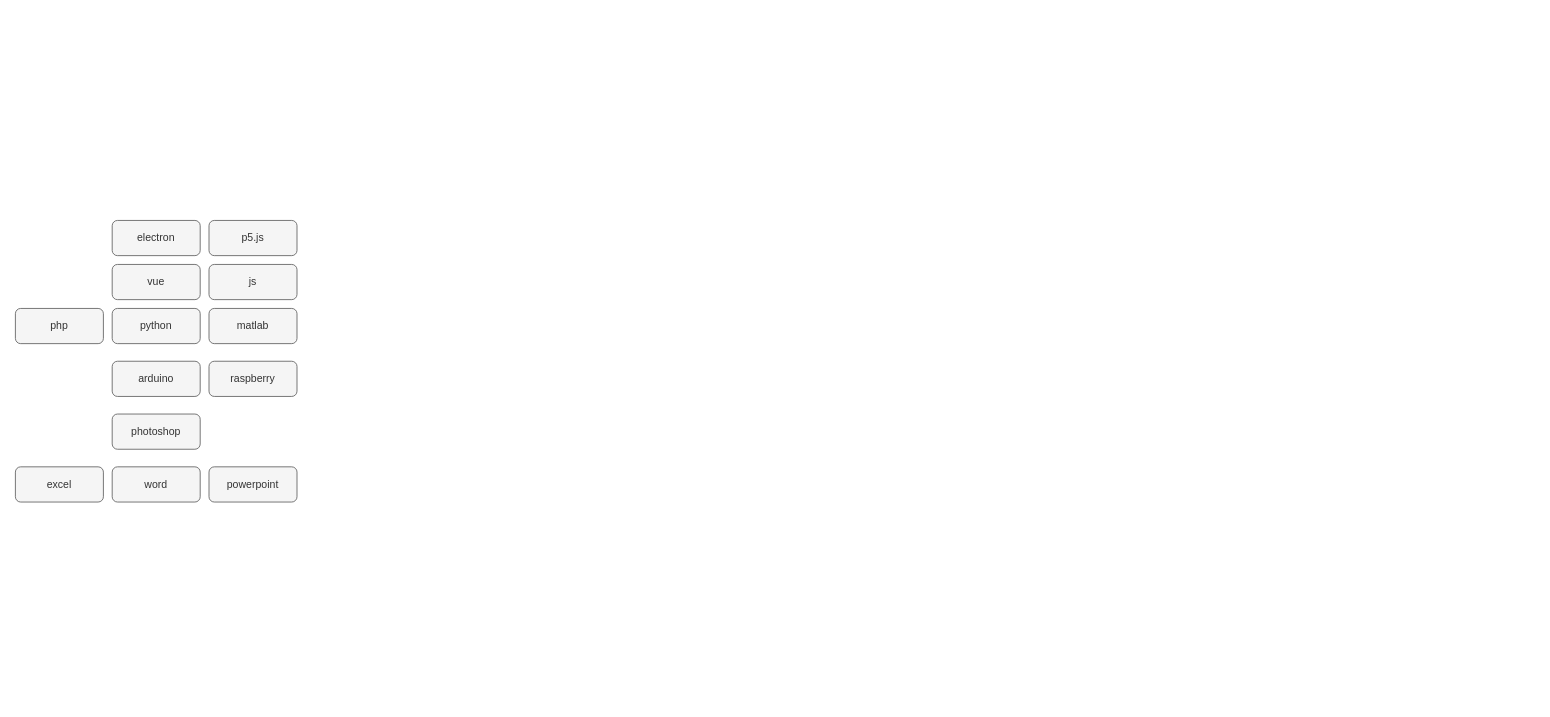
The draw.io diagram page "tech" (1 of 2) of assets/drawio/project.drawio in atanx/atanx.github.io, before the edit. Source tidied: cells renumbered, new cells numbered last; positions are measured from the earlier drawing's top-left corner, leaving out a move shared by most shapes. Both pictures are drawn from the tidied source at 88%, with x=0, y=0 at pixel (15, 220).
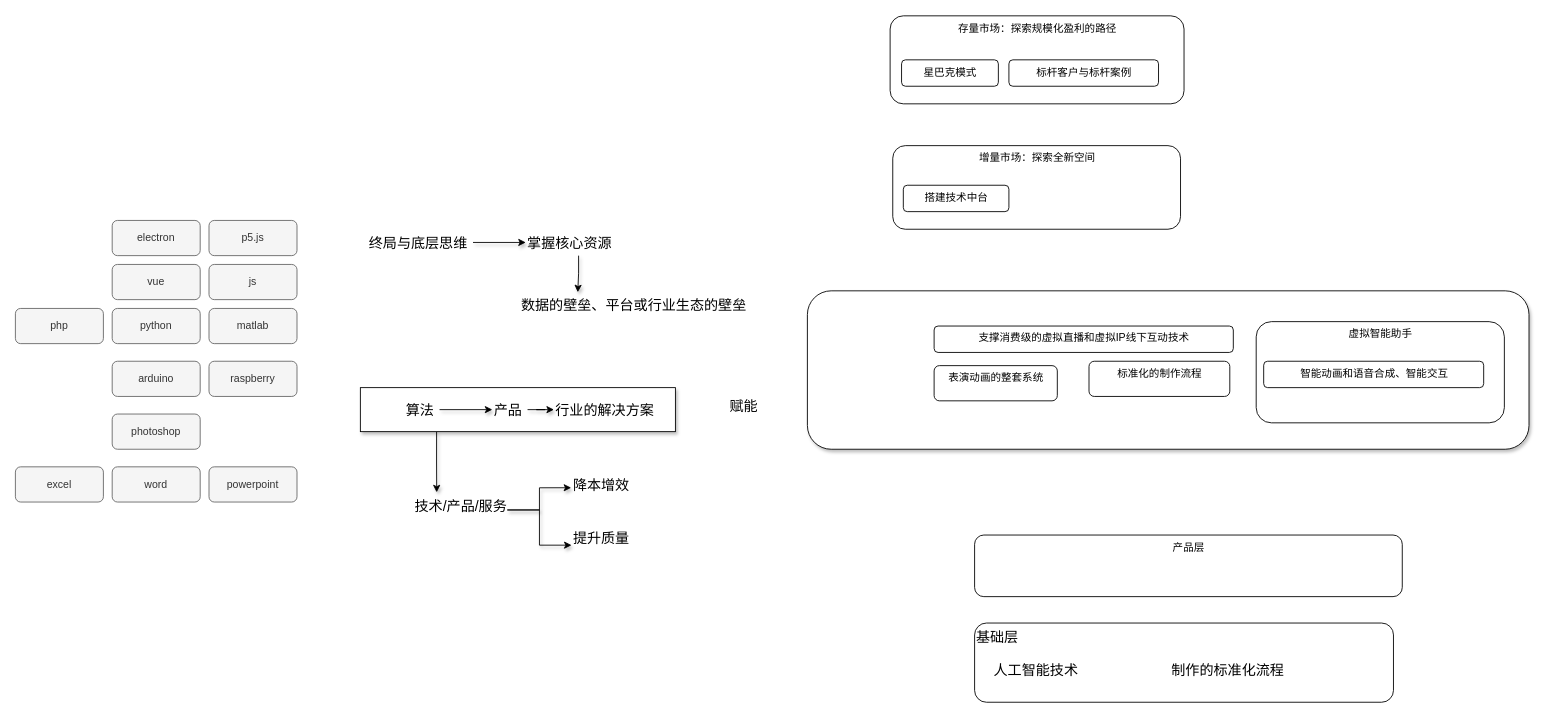
After the change.

Change to the diagram source:
```diff
@@
+    <mxCell id="15" style="edgeStyle=orthogonalEdgeStyle;rounded=0;jettySize=auto;html=1;exitX=0.242;exitY=0.998;exitDx=0;exitDy=0;entryX=0.25;entryY=0;entryDx=0;entryDy=0;shadow=1;fontSize=16;exitPerimeter=0;" parent="1" edge="1" source="16" target="31">
+      <mxGeometry relative="1" as="geometry" />
+    </mxCell>
+    <mxCell id="16" style="rounded=0;whiteSpace=wrap;html=1;shadow=1;fontSize=16;" parent="1" vertex="1">
+      <mxGeometry x="392" y="190" width="358" height="50" as="geometry" />
+    </mxCell>
@@
+    <mxCell id="17" value="&lt;font style=&quot;font-size: 16px&quot;&gt;降本增效&lt;/font&gt;" style="text;html=1;points=[];align=left;verticalAlign=top;spacingTop=-4;fontSize=16;" parent="1" vertex="1">
+      <mxGeometry x="632" y="289" width="80" height="50" as="geometry" />
+    </mxCell>
+    <mxCell id="18" value="提升质量&#10;" style="text;points=[];align=left;verticalAlign=top;spacingTop=-4;fontSize=16;" parent="1" vertex="1">
+      <mxGeometry x="632" y="349" width="80" height="50" as="geometry" />
+    </mxCell>
+    <mxCell id="19" value="数据的壁垒、平台或行业生态的壁垒" style="text;html=1;fontSize=16;" parent="1" vertex="1">
+      <mxGeometry x="573" y="80" width="280" height="30" as="geometry" />
+    </mxCell>
+    <mxCell id="20" style="edgeStyle=orthogonalEdgeStyle;rounded=0;jettySize=auto;html=1;exitX=1;exitY=0.5;exitDx=0;exitDy=0;entryX=0;entryY=0.5;entryDx=0;entryDy=0;shadow=1;fontSize=16;" parent="1" edge="1" source="21" target="23">
+      <mxGeometry relative="1" as="geometry" />
+    </mxCell>
+    <mxCell id="21" value="终局与底层思维" style="text;html=1;fontSize=16;" parent="1" vertex="1">
+      <mxGeometry x="400" y="10" width="120" height="30" as="geometry" />
+    </mxCell>
+    <mxCell id="22" style="edgeStyle=orthogonalEdgeStyle;rounded=0;jettySize=auto;html=1;exitX=0.5;exitY=1;exitDx=0;exitDy=0;entryX=0.236;entryY=0.053;entryDx=0;entryDy=0;entryPerimeter=0;shadow=1;fontSize=16;" parent="1" edge="1" source="23" target="19">
+      <mxGeometry relative="1" as="geometry" />
+    </mxCell>
+    <mxCell id="23" value="掌握核心资源" style="text;html=1;fontSize=16;" parent="1" vertex="1">
+      <mxGeometry x="580" y="10" width="120" height="30" as="geometry" />
+    </mxCell>
+    <mxCell id="24" style="edgeStyle=orthogonalEdgeStyle;rounded=0;jettySize=auto;html=1;exitX=1;exitY=0.5;exitDx=0;exitDy=0;entryX=0;entryY=0.5;entryDx=0;entryDy=0;shadow=1;fontSize=16;" parent="1" edge="1" source="25" target="27">
+      <mxGeometry relative="1" as="geometry" />
+    </mxCell>
+    <mxCell id="25" value="算法" style="text;html=1;fontSize=16;" parent="1" vertex="1">
+      <mxGeometry x="442" y="200" width="40" height="30" as="geometry" />
+    </mxCell>
+    <mxCell id="26" style="edgeStyle=orthogonalEdgeStyle;rounded=0;jettySize=auto;html=1;exitX=1;exitY=0.5;exitDx=0;exitDy=0;shadow=1;fontSize=16;" parent="1" edge="1" source="27" target="28">
+      <mxGeometry relative="1" as="geometry" />
+    </mxCell>
+    <mxCell id="27" value="产品" style="text;html=1;fontSize=16;" parent="1" vertex="1">
+      <mxGeometry x="542" y="200" width="40" height="30" as="geometry" />
+    </mxCell>
+    <mxCell id="28" value="行业的解决方案" style="text;html=1;fontSize=16;" parent="1" vertex="1">
+      <mxGeometry x="612" y="200" width="140" height="30" as="geometry" />
+    </mxCell>
+    <mxCell id="29" style="edgeStyle=orthogonalEdgeStyle;rounded=0;jettySize=auto;html=1;exitX=1;exitY=0.5;exitDx=0;exitDy=0;entryX=-0.005;entryY=0.295;entryDx=0;entryDy=0;entryPerimeter=0;shadow=1;fontSize=16;" parent="1" edge="1" source="31" target="17">
+      <mxGeometry relative="1" as="geometry" />
+    </mxCell>
+    <mxCell id="30" style="edgeStyle=orthogonalEdgeStyle;rounded=0;jettySize=auto;html=1;exitX=1;exitY=0.5;exitDx=0;exitDy=0;entryX=0;entryY=0.4;entryDx=0;entryDy=0;entryPerimeter=0;shadow=1;fontSize=16;" parent="1" edge="1" source="31" target="18">
+      <mxGeometry relative="1" as="geometry" />
+    </mxCell>
+    <mxCell id="31" value="技术/产品/服务" style="text;html=1;fontSize=16;" parent="1" vertex="1">
+      <mxGeometry x="452" y="309" width="107" height="40" as="geometry" />
+    </mxCell>
+    <mxCell id="32" value="赋能" style="text;html=1;fontSize=16;" parent="1" vertex="1">
+      <mxGeometry x="810" y="195" width="60" height="30" as="geometry" />
+    </mxCell>
+    <mxCell id="33" style="group;" parent="1" vertex="1">
+      <mxGeometry x="1090" y="457.5" width="476" height="90" as="geometry" />
+    </mxCell>
+    <mxCell id="34" value="基础层" style="text;html=1;fontSize=16;fillColor=#ffffff;strokeColor=#000000;rounded=1;" parent="33" vertex="1">
+      <mxGeometry width="476" height="90" as="geometry" />
+    </mxCell>
+    <mxCell id="35" value="人工智能技术" style="text;html=1;fontSize=16;" parent="33" vertex="1">
+      <mxGeometry x="20.2" y="37.7" width="168.2" height="31.4" as="geometry" />
+    </mxCell>
+    <mxCell id="36" value="制作的标准化流程" style="text;html=1;fontSize=16;" parent="33" vertex="1">
+      <mxGeometry x="222" y="37.7" width="252.3" height="31.4" as="geometry" />
+    </mxCell>
+    <mxCell id="37" value="产品层" style="text;html=1;fontSize=12;align=center;rounded=1;fillColor=#ffffff;strokeColor=#000000;" parent="1" vertex="1">
+      <mxGeometry x="1090" y="357.5" width="486" height="70" as="geometry" />
+    </mxCell>
+    <mxCell id="38" style="group;" parent="1" vertex="1">
+      <mxGeometry x="994" y="-232.5" width="334" height="100" as="geometry" />
+    </mxCell>
+    <mxCell id="39" value="存量市场：探索规模化盈利的路径" style="text;html=1;fontSize=12;rounded=1;align=center;strokeColor=#000000;fillColor=#ffffff;" parent="38" vertex="1">
+      <mxGeometry width="334" height="100" as="geometry" />
+    </mxCell>
+    <mxCell id="40" value="星巴克模式" style="text;html=1;fontSize=12;rounded=1;align=center;strokeColor=#000000;fillColor=#ffffff;" parent="38" vertex="1">
+      <mxGeometry x="13" y="50" width="110" height="30" as="geometry" />
+    </mxCell>
+    <mxCell id="41" value="标杆客户与标杆案例" style="text;html=1;fontSize=12;rounded=1;align=center;strokeColor=#000000;fillColor=#ffffff;" parent="38" vertex="1">
+      <mxGeometry x="135" y="50" width="170" height="30" as="geometry" />
+    </mxCell>
+    <mxCell id="42" style="group;" parent="1" vertex="1">
+      <mxGeometry x="900" y="80" width="820" height="180" as="geometry" />
+    </mxCell>
+    <mxCell id="43" style="rounded=1;whiteSpace=wrap;html=1;shadow=1;strokeColor=#000000;fillColor=#ffffff;gradientColor=none;fontSize=16;" parent="42" vertex="1">
+      <mxGeometry width="820" height="180" as="geometry" />
+    </mxCell>
+    <mxCell id="44" value="表演动画的整套系统" style="text;html=1;fontSize=12;rounded=1;align=center;strokeColor=#000000;fillColor=#ffffff;" parent="42" vertex="1">
+      <mxGeometry x="144" y="85" width="140" height="40" as="geometry" />
+    </mxCell>
+    <mxCell id="45" value="标准化的制作流程" style="text;html=1;fontSize=12;rounded=1;align=center;strokeColor=#000000;fillColor=#ffffff;" parent="42" vertex="1">
+      <mxGeometry x="320" y="80" width="160" height="40" as="geometry" />
+    </mxCell>
+    <mxCell id="46" value="支撑消费级的虚拟直播和虚拟IP线下互动技术" style="text;html=1;fontSize=12;rounded=1;align=center;strokeColor=#000000;fillColor=#ffffff;" parent="42" vertex="1">
+      <mxGeometry x="144" y="40" width="340" height="30" as="geometry" />
+    </mxCell>
+    <mxCell id="47" value="虚拟智能助手" style="text;html=1;fontSize=12;rounded=1;align=center;strokeColor=#000000;fillColor=#ffffff;" parent="42" vertex="1">
+      <mxGeometry x="510" y="35" width="282" height="115" as="geometry" />
+    </mxCell>
+    <mxCell id="48" value="智能动画和语音合成、智能交互" style="text;html=1;fontSize=12;rounded=1;align=center;strokeColor=#000000;fillColor=#ffffff;" parent="42" vertex="1">
+      <mxGeometry x="518.5" y="80" width="250" height="30" as="geometry" />
+    </mxCell>
+    <mxCell id="49" value="增量市场：探索全新空间" style="text;html=1;fontSize=12;rounded=1;align=center;strokeColor=#000000;fillColor=#ffffff;" parent="1" vertex="1">
+      <mxGeometry x="997" y="-85" width="327" height="95" as="geometry" />
+    </mxCell>
+    <mxCell id="50" value="搭建技术中台" style="text;html=1;fontSize=12;rounded=1;align=center;strokeColor=#000000;fillColor=#ffffff;" parent="1" vertex="1">
+      <mxGeometry x="1009" y="-40" width="120" height="30" as="geometry" />
+    </mxCell>
```
